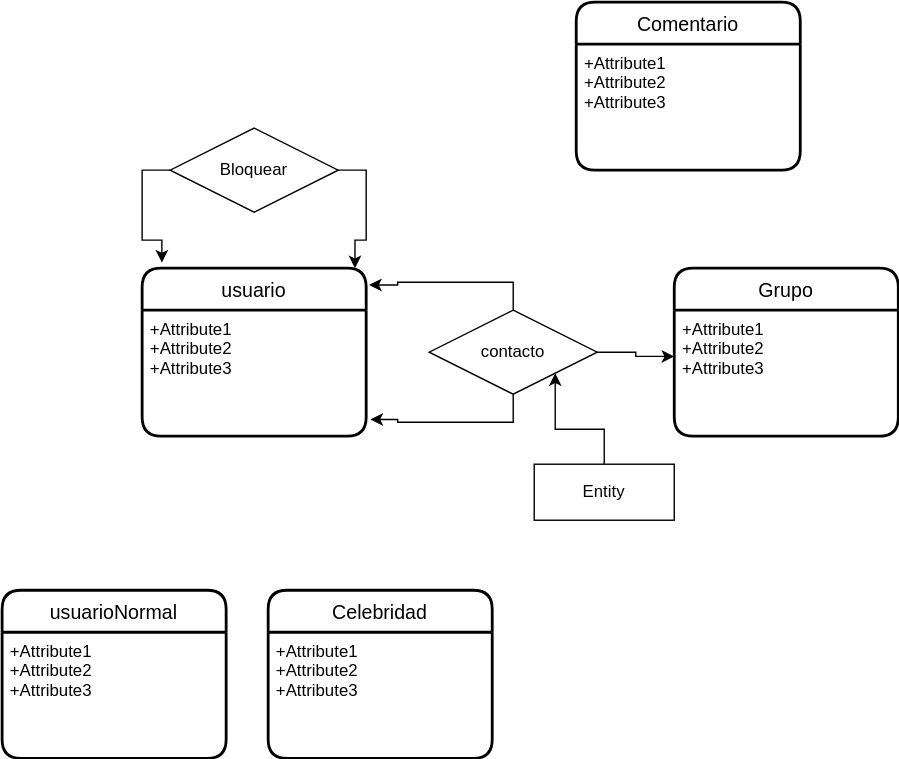
The draw.io diagram UD12-14.svg in Jimxx22/C3-UD11-UML, before a commit. Source tidied: cells renumbered, new cells last; positions are measured from the earlier drawing's top-left corner, leaving out a move shared by most shapes.
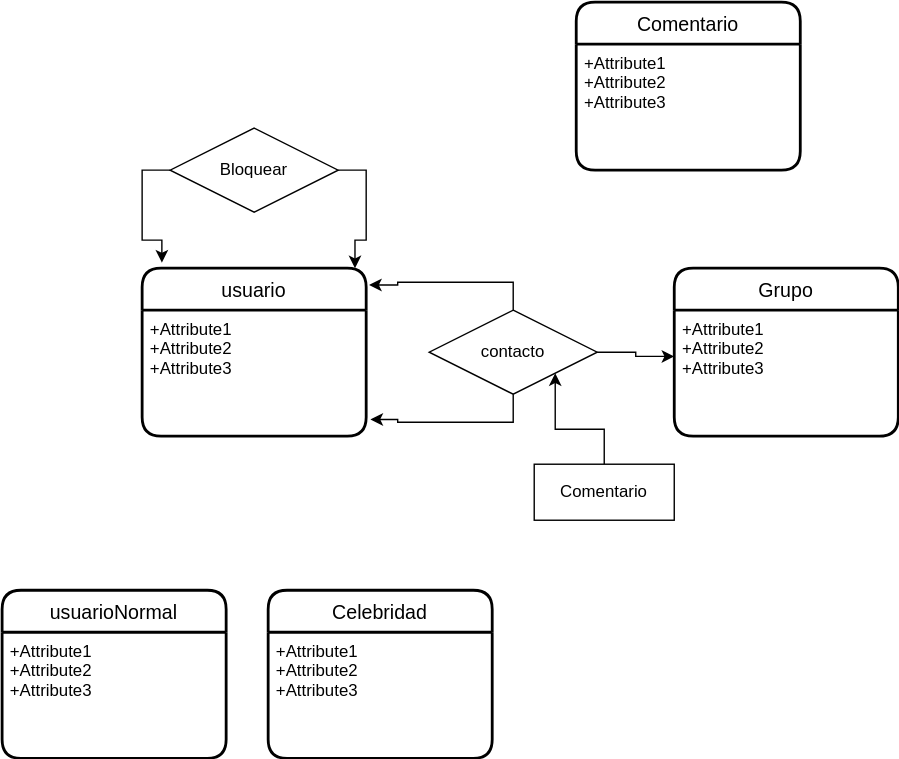
The same file after the commit.

Change to the diagram source:
```diff
@@ -56,7 +56,7 @@
     <mxCell id="19" style="edgeStyle=orthogonalEdgeStyle;rounded=0;jettySize=auto;html=1;exitX=0.5;exitY=0;exitDx=0;exitDy=0;entryX=1;entryY=1;entryDx=0;entryDy=0;" parent="1" edge="1" source="20" target="18">
       <mxGeometry relative="1" as="geometry" />
     </mxCell>
-    <mxCell id="20" value="Entity" style="whiteSpace=wrap;html=1;align=center;" parent="1" vertex="1">
+    <mxCell id="20" value="Comentario" style="whiteSpace=wrap;html=1;align=center;" parent="1" vertex="1">
       <mxGeometry x="380" y="330" width="100" height="40" as="geometry" />
     </mxCell>
   </root>
```
